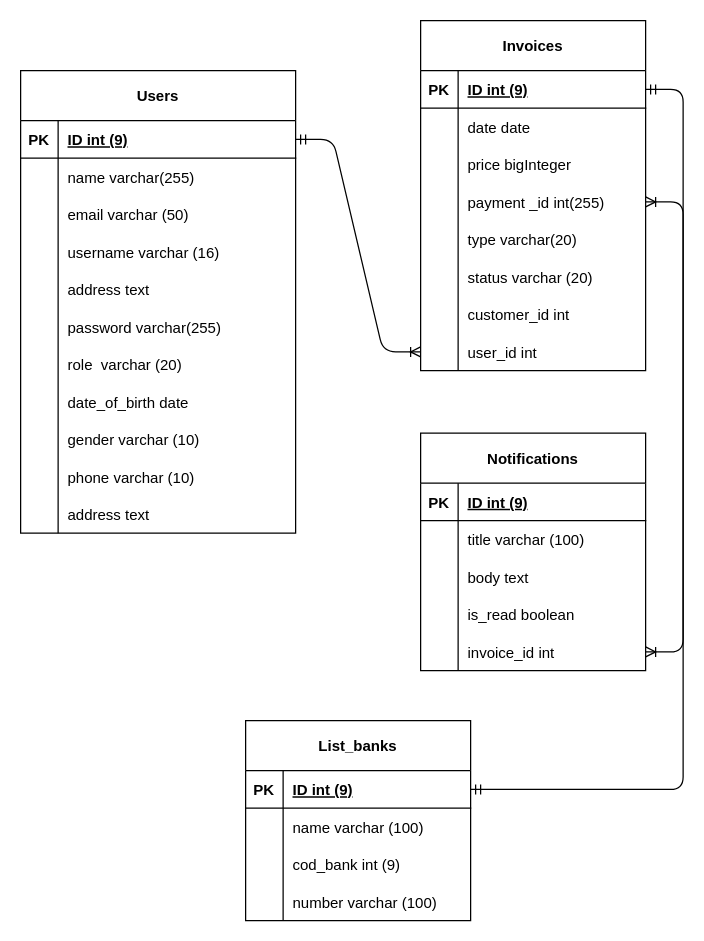
Team-20-Alterra/back-end keeps this draw.io diagram as docs/db.drawio. Above is the earlier version. Source tidied: cells renumbered, new cells numbered last; positions are measured from the earlier drawing's top-left corner, leaving out a move shared by most shapes. Both pictures are drawn from the tidied source at 125%, with x=0, y=0 at pixel (20, 20).
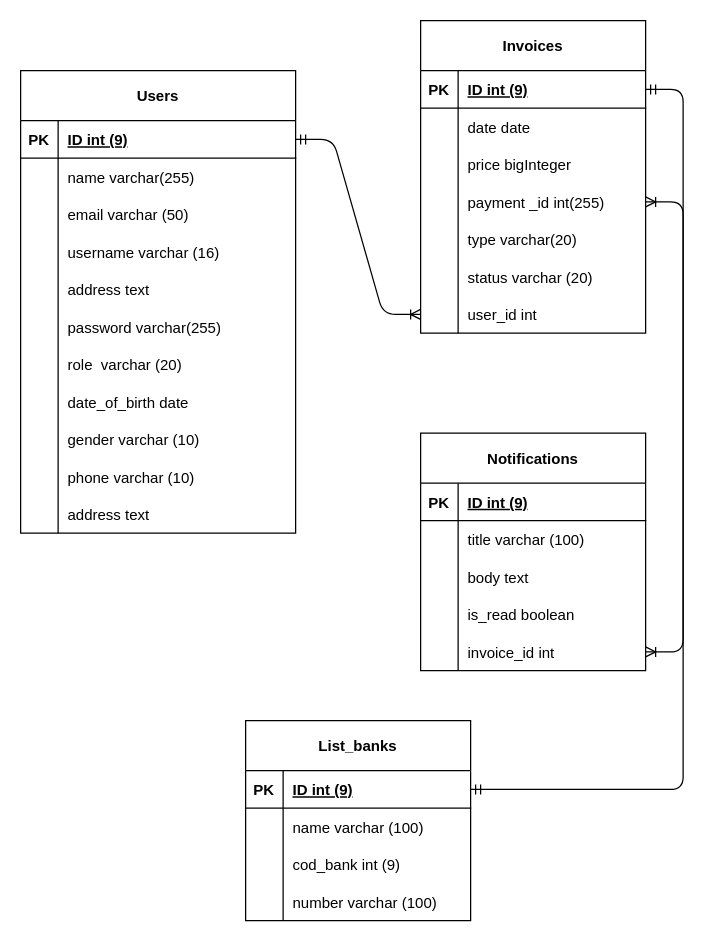
The same page after the edit.

What changed in the source:
```diff
@@
     <mxCell id="36" value="Invoices" style="shape=table;startSize=40;childLayout=tableLayout;rowLines=0;fontStyle=1;align=center;shadow=0;swimlaneLine=1;" parent="1" vertex="1">
-      <mxGeometry x="320" width="180" height="280" as="geometry" />
+      <mxGeometry x="320" width="180" height="250" as="geometry" />
     </mxCell>
@@
-    <mxCell id="55" style="shape=tableRow;horizontal=0;startSize=0;swimlaneHead=0;swimlaneBody=0;fillColor=none;top=0;left=0;right=0;bottom=0;shadow=0;swimlaneLine=1;" parent="36" vertex="1">
-      <mxGeometry y="220" width="180" height="30" as="geometry" />
-    </mxCell>
-    <mxCell id="56" style="shape=partialRectangle;fillColor=none;top=0;left=0;bottom=0;right=0;overflow=hidden;shadow=0;swimlaneLine=1;" parent="55" vertex="1">
-      <mxGeometry width="30" height="30" as="geometry" />
-    </mxCell>
-    <mxCell id="57" value="customer_id int" style="shape=partialRectangle;fillColor=none;top=0;left=0;bottom=0;right=0;align=left;spacingLeft=6;overflow=hidden;shadow=0;swimlaneLine=1;" parent="55" vertex="1">
-      <mxGeometry x="30" width="150" height="30" as="geometry" />
-    </mxCell>
     <mxCell id="58" style="shape=tableRow;horizontal=0;startSize=0;swimlaneHead=0;swimlaneBody=0;fillColor=none;points=[[0,0.5],[1,0.5]];portConstraint=eastwest;top=0;left=0;right=0;bottom=0;shadow=0;swimlaneLine=1;" parent="36" vertex="1">
-      <mxGeometry y="250" width="180" height="30" as="geometry" />
+      <mxGeometry y="220" width="180" height="30" as="geometry" />
     </mxCell>
```
